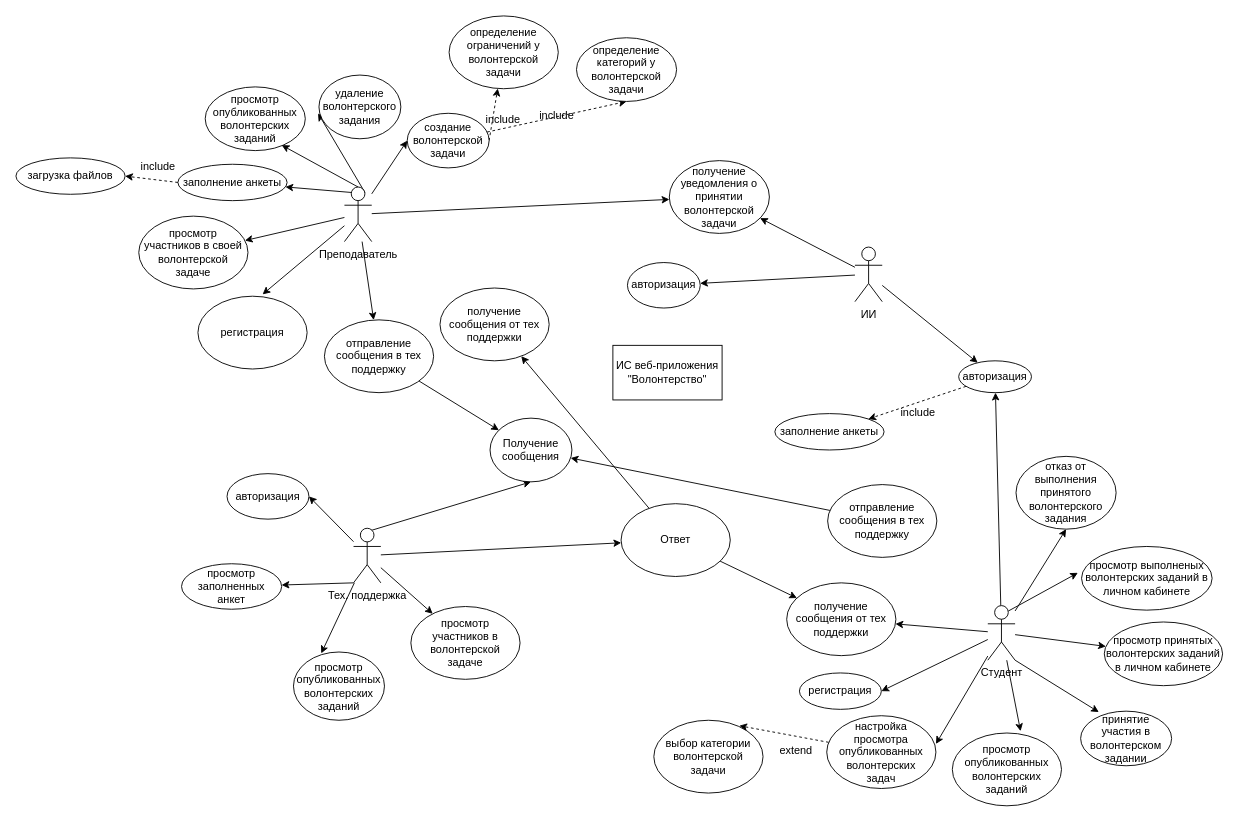
Earlier version of the draw.io diagram page "Страница 1" (1 of 2) of UML.drawio (Lastochcka/desktop-tutorial). Source tidied: cells renumbered, new cells numbered last; positions are measured from the earlier drawing's top-left corner, leaving out a move shared by most shapes. Both pictures are drawn from the tidied source at 91%, with x=0, y=0 at pixel (15, 15).
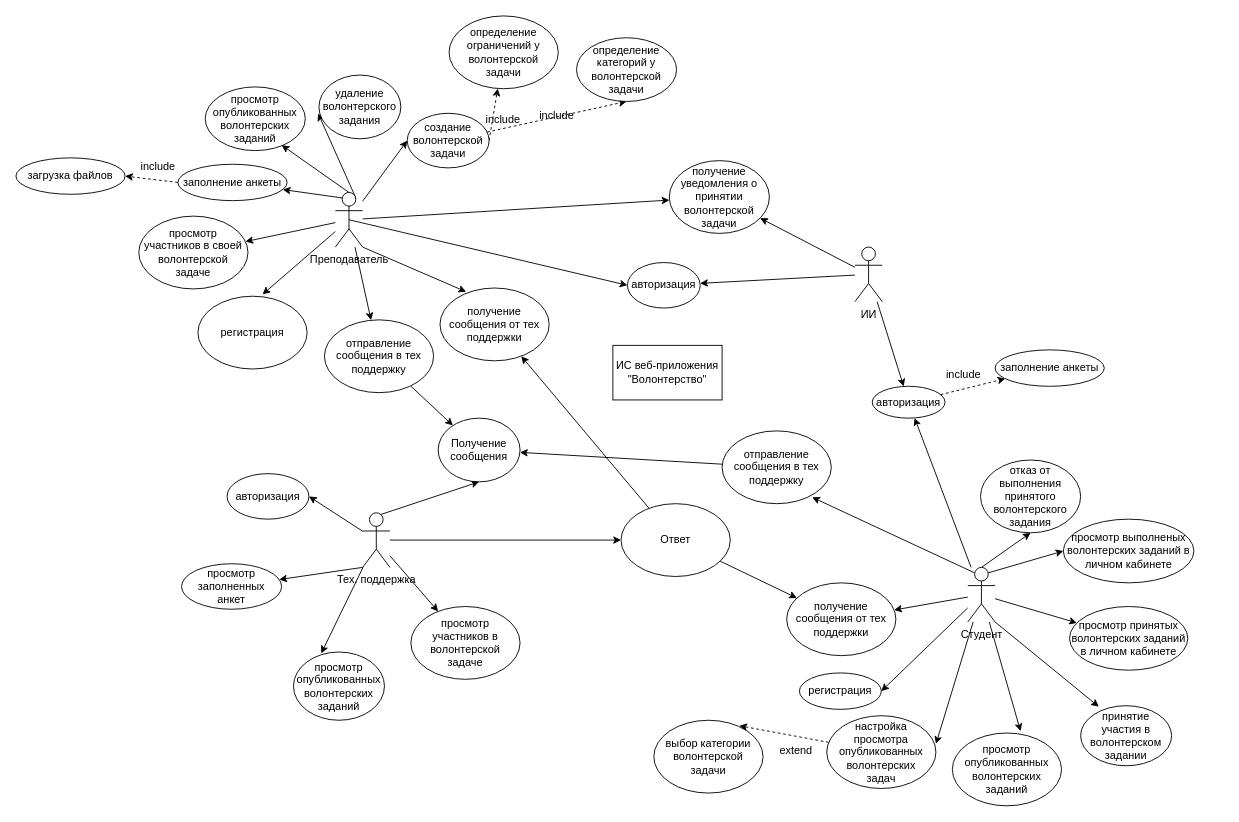
After the change.

The change refers to these unchanged cells:
```xml
<mxCell id="37" value="авторизация" style="ellipse;whiteSpace=wrap;html=1;" parent="1" vertex="1">
  <mxGeometry x="672" y="271" width="80" height="50" as="geometry" />
</mxCell>
<mxCell id="73" value="получение сообщения от тех поддержки" style="ellipse;whiteSpace=wrap;html=1;" parent="1" vertex="1">
  <mxGeometry x="466" y="299" width="120" height="80" as="geometry" />
</mxCell>
```

What changed in the source:
```diff
@@
+    <mxCell id="78" style="rounded=0;jettySize=auto;html=1;exitX=1;exitY=1;exitDx=0;exitDy=0;exitPerimeter=0;entryX=0.24;entryY=0.052;entryDx=0;entryDy=0;entryPerimeter=0;" parent="1" edge="1" source="11" target="73">
+      <mxGeometry relative="1" as="geometry" />
+    </mxCell>
+    <mxCell id="79" style="edgeStyle=none;rounded=0;jettySize=auto;html=1;entryX=0;entryY=0.5;entryDx=0;entryDy=0;exitX=0.5;exitY=0.5;exitDx=0;exitDy=0;exitPerimeter=0;" parent="1" edge="1" source="11" target="37">
+      <mxGeometry relative="1" as="geometry" />
+    </mxCell>
     <mxCell id="11" value="Преподаватель" style="shape=umlActor;verticalLabelPosition=bottom;verticalAlign=top;html=1;outlineConnect=0;" parent="1" vertex="1">
-      <mxGeometry x="361" y="188" width="30" height="60" as="geometry" />
+      <mxGeometry x="351" y="194" width="30" height="60" as="geometry" />
     </mxCell>
@@
-    <mxCell id="17" style="rounded=0;jettySize=auto;html=1;entryX=0.5;entryY=1;entryDx=0;entryDy=0;" parent="1" edge="1" source="21" target="55">
+    <mxCell id="17" style="rounded=0;jettySize=auto;html=1;entryX=0.5;entryY=1;entryDx=0;entryDy=0;exitX=0.5;exitY=0;exitDx=0;exitDy=0;exitPerimeter=0;" parent="1" edge="1" source="21" target="55">
       <mxGeometry relative="1" as="geometry" />
     </mxCell>
-    <mxCell id="18" style="rounded=0;jettySize=auto;html=1;entryX=-0.028;entryY=0.414;entryDx=0;entryDy=0;entryPerimeter=0;exitX=0.75;exitY=0.1;exitDx=0;exitDy=0;exitPerimeter=0;" parent="1" edge="1" source="21" target="54">
-      <mxGeometry relative="1" as="geometry" />
-    </mxCell>
@@
+    <mxCell id="80" style="edgeStyle=none;rounded=0;jettySize=auto;html=1;exitX=0.25;exitY=0.1;exitDx=0;exitDy=0;exitPerimeter=0;entryX=0.825;entryY=0.912;entryDx=0;entryDy=0;entryPerimeter=0;" parent="1" edge="1" source="21" target="75">
+      <mxGeometry relative="1" as="geometry" />
+    </mxCell>
+    <mxCell id="18" style="edgeStyle=none;rounded=0;jettySize=auto;html=1;exitX=0.75;exitY=0.1;exitDx=0;exitDy=0;exitPerimeter=0;entryX=0;entryY=0.5;entryDx=0;entryDy=0;" parent="1" edge="1" source="21" target="54">
+      <mxGeometry relative="1" as="geometry" />
+    </mxCell>
     <mxCell id="21" value="Студент" style="shape=umlActor;verticalLabelPosition=bottom;verticalAlign=top;html=1;outlineConnect=0;" parent="1" vertex="1">
-      <mxGeometry x="1068" y="648" width="30" height="60" as="geometry" />
+      <mxGeometry x="1046" y="606" width="30" height="60" as="geometry" />
     </mxCell>
@@
     <mxCell id="28" value="Тех. поддержка" style="shape=umlActor;verticalLabelPosition=bottom;verticalAlign=top;html=1;outlineConnect=0;" parent="1" vertex="1">
-      <mxGeometry x="371" y="563" width="30" height="60" as="geometry" />
+      <mxGeometry x="381" y="546" width="30" height="60" as="geometry" />
     </mxCell>
@@
     <mxCell id="36" value="Получение сообщения" style="ellipse;whiteSpace=wrap;html=1;" parent="1" vertex="1">
-      <mxGeometry x="521" y="442" width="90" height="70" as="geometry" />
+      <mxGeometry x="464" y="442" width="90" height="70" as="geometry" />
     </mxCell>
@@
     <mxCell id="47" value="авторизация" style="ellipse;whiteSpace=wrap;html=1;" parent="1" vertex="1">
-      <mxGeometry x="1036" y="379" width="80" height="35" as="geometry" />
+      <mxGeometry x="941" y="407" width="80" height="35" as="geometry" />
     </mxCell>
@@
     <mxCell id="49" value="заполнение анкеты" style="ellipse;whiteSpace=wrap;html=1;" parent="1" vertex="1">
-      <mxGeometry x="834" y="437" width="120" height="40" as="geometry" />
+      <mxGeometry x="1076" y="367" width="120" height="40" as="geometry" />
     </mxCell>
@@
     <mxCell id="52" value="принятие участия в&lt;br&gt;волонтерском&lt;br&gt;задании" style="ellipse;whiteSpace=wrap;html=1;" parent="1" vertex="1">
-      <mxGeometry x="1170" y="764" width="100" height="60" as="geometry" />
+      <mxGeometry x="1170" y="758" width="100" height="66" as="geometry" />
     </mxCell>
     <mxCell id="53" value="просмотр принятых&lt;br&gt;волонтерских заданий в личном кабинете" style="ellipse;whiteSpace=wrap;html=1;" parent="1" vertex="1">
-      <mxGeometry x="1196" y="666" width="130" height="70" as="geometry" />
+      <mxGeometry x="1157.8" y="649" width="130" height="70" as="geometry" />
     </mxCell>
     <mxCell id="54" value="просмотр выполненых&lt;br&gt;волонтерских заданий в личном кабинете" style="ellipse;whiteSpace=wrap;html=1;" parent="1" vertex="1">
-      <mxGeometry x="1171" y="583" width="143.5" height="70" as="geometry" />
+      <mxGeometry x="1151" y="553" width="143.5" height="70" as="geometry" />
     </mxCell>
     <mxCell id="55" value="отказ от&lt;br&gt;выполнения принятого волонтерского задания" style="ellipse;whiteSpace=wrap;html=1;" parent="1" vertex="1">
-      <mxGeometry x="1099" y="484" width="110" height="80" as="geometry" />
+      <mxGeometry x="1060" y="488" width="110" height="80" as="geometry" />
     </mxCell>
@@
     <mxCell id="75" value="отправление сообщения в тех поддержку" style="ellipse;whiteSpace=wrap;html=1;" parent="1" vertex="1">
-      <mxGeometry x="892" y="515" width="120" height="80" as="geometry" />
+      <mxGeometry x="776" y="456" width="120" height="80" as="geometry" />
     </mxCell>
@@
     <mxCell id="77" value="include" style="text;html=1;align=center;verticalAlign=middle;strokeColor=none;fillColor=none;" parent="1" vertex="1">
-      <mxGeometry x="961" y="421" width="60" height="30" as="geometry" />
+      <mxGeometry x="1011" y="379" width="60" height="30" as="geometry" />
     </mxCell>
```
